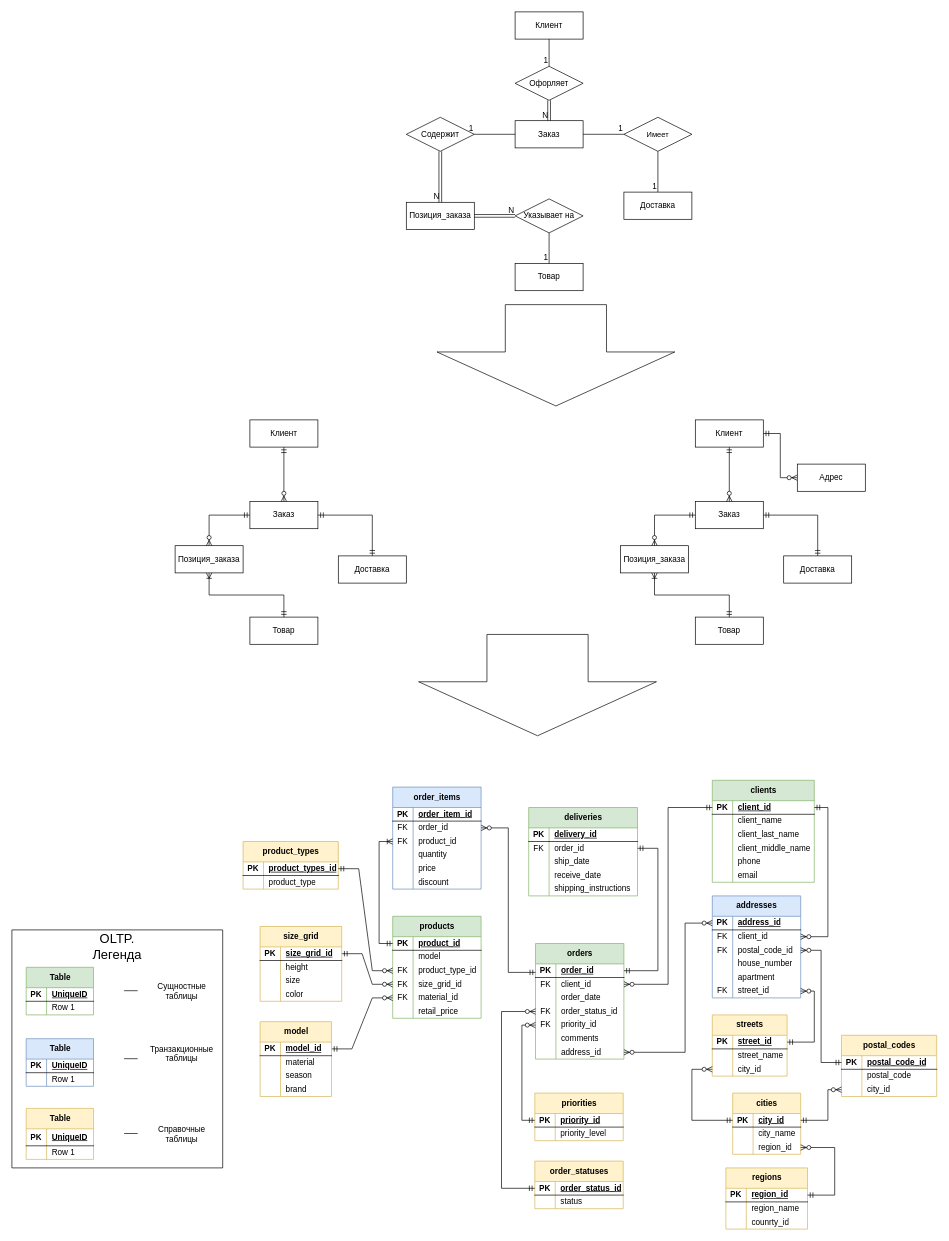
This is ER-диаграмма.drawio from chibrus/bd_project, a draw.io file, before an edit. Source tidied: cells renumbered, new cells numbered last; positions are measured from the earlier drawing's top-left corner, leaving out a move shared by most shapes. Both pictures are drawn from the tidied source at 68%, with x=0, y=0 at pixel (12, 12).
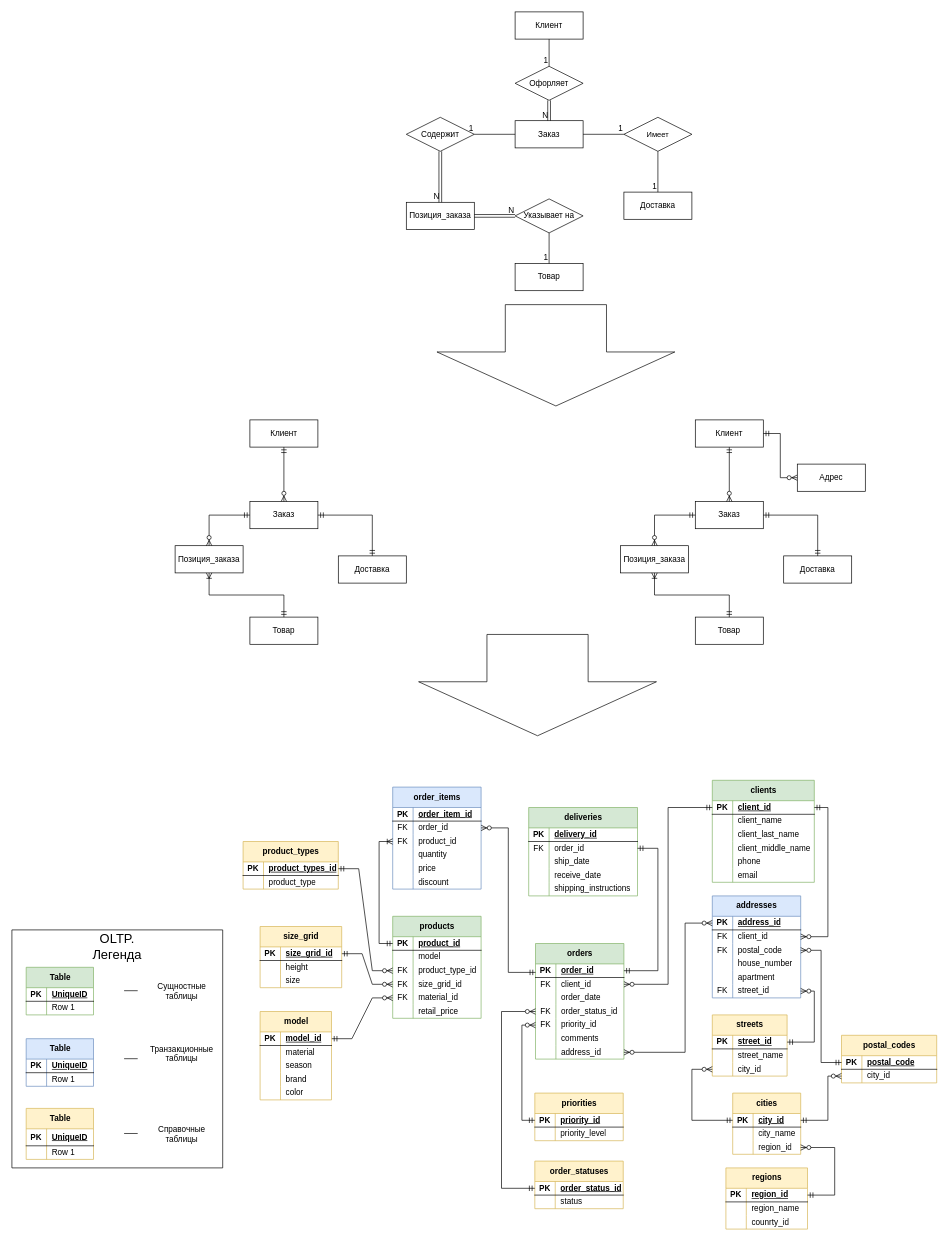
Above is the later version.

Unchanged cells that the change refers to:
```xml
<mxCell id="91" style="shape=tableRow;horizontal=0;startSize=0;swimlaneHead=0;swimlaneBody=0;fillColor=none;points=[[0,0.5],[1,0.5]];portConstraint=eastwest;top=0;left=0;right=0;bottom=0;" parent="84" vertex="1">
  <mxGeometry y="70" width="130" height="20" as="geometry" />
</mxCell>
<mxCell id="104" style="shape=tableRow;horizontal=0;startSize=0;swimlaneHead=0;swimlaneBody=0;fillColor=none;points=[[0,0.5],[1,0.5]];portConstraint=eastwest;top=0;left=0;right=0;bottom=1;" parent="103" vertex="1">
  <mxGeometry y="30" width="100" height="20" as="geometry" />
</mxCell>
<mxCell id="282" style="shape=tableRow;horizontal=0;startSize=0;swimlaneHead=0;swimlaneBody=0;fillColor=none;points=[[0,0.5],[1,0.5]];portConstraint=eastwest;top=0;left=0;right=0;bottom=1;" parent="281" vertex="1">
  <mxGeometry y="30" width="140" height="20" as="geometry" />
</mxCell>
```

Diff of the diagram source:
```diff
@@
-    <mxCell id="93" value="postal_code_id" style="shape=partialRectangle;fillColor=none;top=0;left=0;bottom=0;right=0;align=left;spacingLeft=6;overflow=hidden;whiteSpace=wrap;html=1;" parent="91" vertex="1">
+    <mxCell id="93" value="postal_code" style="shape=partialRectangle;fillColor=none;top=0;left=0;bottom=0;right=0;align=left;spacingLeft=6;overflow=hidden;whiteSpace=wrap;html=1;" parent="91" vertex="1">
       <mxGeometry x="30" width="100" height="20" as="geometry" />
     </mxCell>
@@
     <mxCell id="244" value="size_grid" style="shape=table;startSize=30;childLayout=tableLayout;rowLines=0;fontStyle=1;align=center;html=1;fillColor=#fff2cc;strokeColor=#d6b656;" parent="1" vertex="1">
-      <mxGeometry x="365" y="1345" width="120" height="110" as="geometry" />
+      <mxGeometry x="365" y="1345" width="120" height="90" as="geometry" />
     </mxCell>
@@
-    <mxCell id="254" style="shape=tableRow;horizontal=0;startSize=0;swimlaneHead=0;swimlaneBody=0;fillColor=none;top=0;left=0;right=0;bottom=0;" parent="244" vertex="1">
-      <mxGeometry y="90" width="120" height="20" as="geometry" />
-    </mxCell>
-    <mxCell id="255" style="shape=partialRectangle;fillColor=none;top=0;left=0;bottom=0;right=0;overflow=hidden;whiteSpace=wrap;html=1;" parent="254" vertex="1">
-      <mxGeometry width="30" height="20" as="geometry" />
-    </mxCell>
-    <mxCell id="256" value="color" style="shape=partialRectangle;fillColor=none;top=0;left=0;bottom=0;right=0;align=left;spacingLeft=6;overflow=hidden;whiteSpace=wrap;html=1;" parent="254" vertex="1">
-      <mxGeometry x="30" width="90" height="20" as="geometry" />
-    </mxCell>
     <mxCell id="257" value="model" style="shape=table;startSize=30;childLayout=tableLayout;rowLines=0;fontStyle=1;align=center;html=1;fillColor=#fff2cc;strokeColor=#d6b656;" parent="1" vertex="1">
-      <mxGeometry x="365" y="1485" width="105" height="110" as="geometry" />
+      <mxGeometry x="365" y="1470" width="105" height="130" as="geometry" />
     </mxCell>
@@
+    <mxCell id="295" style="shape=tableRow;horizontal=0;startSize=0;swimlaneHead=0;swimlaneBody=0;fillColor=none;top=0;left=0;right=0;bottom=0;" parent="257" vertex="1">
+      <mxGeometry y="110" width="105" height="20" as="geometry" />
+    </mxCell>
+    <mxCell id="296" style="shape=partialRectangle;fillColor=none;top=0;left=0;bottom=0;right=0;overflow=hidden;whiteSpace=wrap;html=1;" parent="295" vertex="1">
+      <mxGeometry width="30" height="20" as="geometry" />
+    </mxCell>
+    <mxCell id="256" value="color" style="shape=partialRectangle;fillColor=none;top=0;left=0;bottom=0;right=0;align=left;spacingLeft=6;overflow=hidden;whiteSpace=wrap;html=1;" parent="295" vertex="1">
+      <mxGeometry x="30" width="75" height="20" as="geometry" />
+    </mxCell>
@@
     <mxCell id="281" value="postal_codes" style="shape=table;startSize=30;childLayout=tableLayout;rowLines=0;fontStyle=1;align=center;html=1;fillColor=#fff2cc;strokeColor=#d6b656;" parent="1" vertex="1">
-      <mxGeometry x="1220" y="1505" width="140" height="90" as="geometry" />
+      <mxGeometry x="1220" y="1505" width="140" height="70" as="geometry" />
     </mxCell>
@@
-    <mxCell id="284" value="postal_code_id" style="shape=partialRectangle;fillColor=none;top=0;left=0;bottom=0;right=0;align=left;spacingLeft=6;fontStyle=5;overflow=hidden;whiteSpace=wrap;html=1;" parent="282" vertex="1">
+    <mxCell id="284" value="postal_code" style="shape=partialRectangle;fillColor=none;top=0;left=0;bottom=0;right=0;align=left;spacingLeft=6;fontStyle=5;overflow=hidden;whiteSpace=wrap;html=1;" parent="282" vertex="1">
       <mxGeometry x="30" width="110" height="20" as="geometry" />
     </mxCell>
-    <mxCell id="285" style="shape=tableRow;horizontal=0;startSize=0;swimlaneHead=0;swimlaneBody=0;fillColor=none;top=0;left=0;right=0;bottom=0;" parent="281" vertex="1">
-      <mxGeometry y="50" width="140" height="20" as="geometry" />
-    </mxCell>
-    <mxCell id="286" style="shape=partialRectangle;fillColor=none;top=0;left=0;bottom=0;right=0;overflow=hidden;whiteSpace=wrap;html=1;" parent="285" vertex="1">
-      <mxGeometry width="30" height="20" as="geometry" />
-    </mxCell>
-    <mxCell id="287" value="postal_code" style="shape=partialRectangle;fillColor=none;top=0;left=0;bottom=0;right=0;align=left;spacingLeft=6;overflow=hidden;whiteSpace=wrap;html=1;" parent="285" vertex="1">
-      <mxGeometry x="30" width="110" height="20" as="geometry" />
-    </mxCell>
     <mxCell id="288" style="shape=tableRow;horizontal=0;startSize=0;swimlaneHead=0;swimlaneBody=0;fillColor=none;points=[[0,0.5],[1,0.5]];portConstraint=eastwest;top=0;left=0;right=0;bottom=0;" parent="281" vertex="1">
-      <mxGeometry y="70" width="140" height="20" as="geometry" />
+      <mxGeometry y="50" width="140" height="20" as="geometry" />
     </mxCell>
@@
     <mxCell id="291" style="fontSize=12;html=1;endArrow=ERzeroToMany;startArrow=ERmandOne;rounded=0;exitX=1;exitY=0.5;exitDx=0;exitDy=0;edgeStyle=orthogonalEdgeStyle;entryX=0;entryY=0.5;entryDx=0;entryDy=0;" parent="1" edge="1" source="104" target="288">
       <mxGeometry relative="1" as="geometry">
         <Array as="points">
           <mxPoint x="1200" y="1630" />
-          <mxPoint x="1200" y="1585" />
+          <mxPoint x="1200" y="1565" />
         </Array>
       </mxGeometry>
     </mxCell>
```
